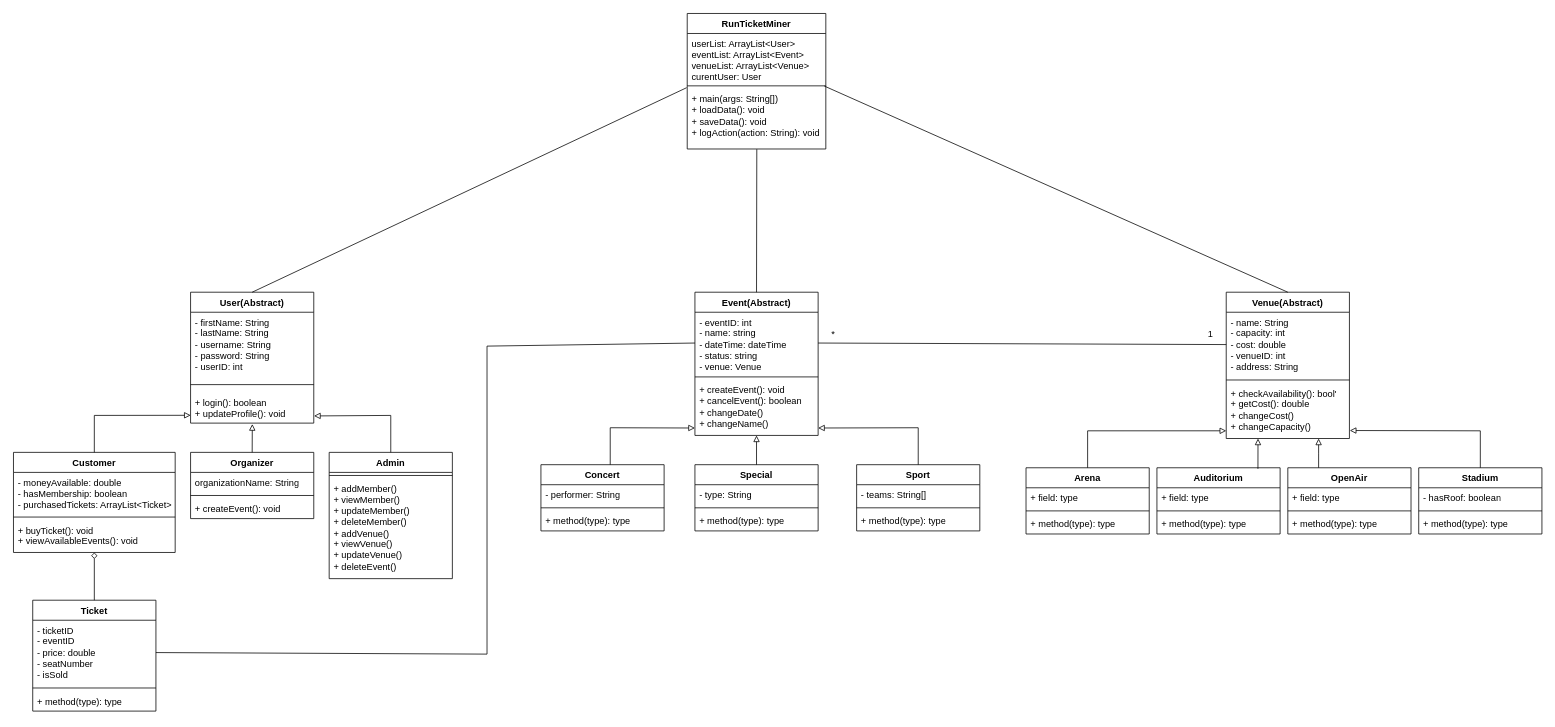
Before: TicketMiner Class Diagram.drawio in LeonardoHernandez-uni/Project1_SP26, a draw.io diagram. Source tidied: cells renumbered, new cells numbered last; positions are measured from the earlier drawing's top-left corner, leaving out a move shared by most shapes. Both pictures are drawn from the tidied source at 77%, with x=0, y=0 at pixel (13, 13).
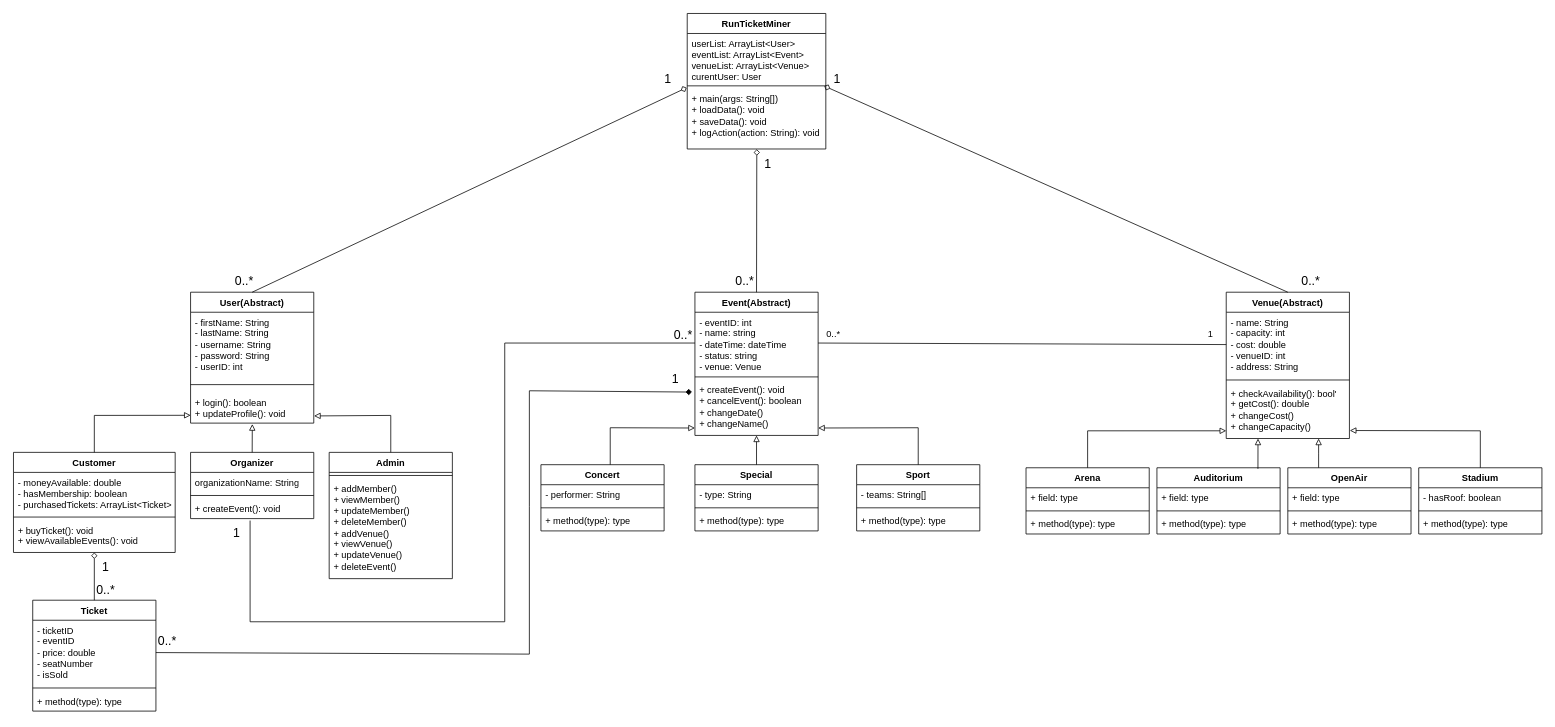
The same page after the edit.

Commit message:
Finished Class Diagram

Unchanged cells that the change refers to:
```xml
<mxCell id="2" value="User(Abstract)" style="swimlane;fontStyle=1;align=center;verticalAlign=top;horizontal=1;startSize=26;whiteSpace=wrap;html=1;" parent="1" vertex="1">
  <mxGeometry x="230" y="362" width="160" height="170" as="geometry" />
</mxCell>
<mxCell id="6" value="Event(Abstract)" style="swimlane;fontStyle=1;align=center;verticalAlign=top;horizontal=1;startSize=26;whiteSpace=wrap;html=1;" parent="1" vertex="1">
  <mxGeometry x="885" y="362" width="160" height="186" as="geometry" />
</mxCell>
<mxCell id="7" value="- eventID: int&lt;div&gt;- name: string&lt;/div&gt;&lt;div&gt;- dateTime: dateTime&lt;/div&gt;&lt;div&gt;- status: string&lt;/div&gt;&lt;div&gt;- venue: Venue&lt;/div&gt;" style="text;strokeColor=none;fillColor=none;align=left;verticalAlign=top;spacingLeft=4;spacingRight=4;overflow=hidden;points=[[0,0.5],[1,0.5]];portConstraint=eastwest;whiteSpace=wrap;html=1;" parent="6" vertex="1">
  <mxGeometry y="26" width="160" height="80" as="geometry" />
</mxCell>
<mxCell id="9" value="+ createEvent(): void&lt;div&gt;+ cancelEvent(): boolean&lt;/div&gt;&lt;div&gt;+ changeDate()&lt;/div&gt;&lt;div&gt;+ changeName()&lt;/div&gt;" style="text;strokeColor=none;fillColor=none;align=left;verticalAlign=top;spacingLeft=4;spacingRight=4;overflow=hidden;points=[[0,0.5],[1,0.5]];portConstraint=eastwest;whiteSpace=wrap;html=1;" parent="6" vertex="1">
  <mxGeometry y="114" width="160" height="72" as="geometry" />
</mxCell>
<mxCell id="10" value="Venue(Abstract)" style="swimlane;fontStyle=1;align=center;verticalAlign=top;horizontal=1;startSize=26;whiteSpace=wrap;html=1;" parent="1" vertex="1">
  <mxGeometry x="1575" y="362" width="160" height="190" as="geometry" />
</mxCell>
<mxCell id="17" value="+ main(args: String[])&lt;div&gt;+ loadData(): void&lt;/div&gt;&lt;div&gt;+ saveData(): void&lt;/div&gt;&lt;div&gt;+ logAction(action: String): void&lt;/div&gt;" style="text;strokeColor=none;fillColor=none;align=left;verticalAlign=top;spacingLeft=4;spacingRight=4;overflow=hidden;points=[[0,0.5],[1,0.5]];portConstraint=eastwest;whiteSpace=wrap;html=1;" parent="14" vertex="1">
  <mxGeometry y="98" width="180" height="78" as="geometry" />
</mxCell>
<mxCell id="24" value="+ createEvent(): void" style="text;strokeColor=none;fillColor=none;align=left;verticalAlign=top;spacingLeft=4;spacingRight=4;overflow=hidden;points=[[0,0.5],[1,0.5]];portConstraint=eastwest;whiteSpace=wrap;html=1;" parent="21" vertex="1">
  <mxGeometry y="60" width="160" height="26" as="geometry" />
</mxCell>
<mxCell id="68" value="- ticketID&lt;div&gt;- eventID&lt;/div&gt;&lt;div&gt;- price: double&lt;/div&gt;&lt;div&gt;- seatNumber&lt;/div&gt;&lt;div&gt;- isSold&lt;/div&gt;" style="text;strokeColor=none;fillColor=none;align=left;verticalAlign=top;spacingLeft=4;spacingRight=4;overflow=hidden;points=[[0,0.5],[1,0.5]];portConstraint=eastwest;whiteSpace=wrap;html=1;" parent="67" vertex="1">
  <mxGeometry y="26" width="160" height="84" as="geometry" />
</mxCell>
```

What changed in the source:
```diff
@@
-    <mxCell id="71" style="endArrow=none;html=1;rounded=0;exitX=0.5;exitY=0;exitDx=0;exitDy=0;entryX=0.502;entryY=1.004;entryDx=0;entryDy=0;entryPerimeter=0;" parent="1" edge="1" source="6" target="17">
+    <mxCell id="71" style="endArrow=diamond;html=1;rounded=0;exitX=0.5;exitY=0;exitDx=0;exitDy=0;entryX=0.502;entryY=1.004;entryDx=0;entryDy=0;entryPerimeter=0;endFill=0;" parent="1" edge="1" source="6" target="17">
       <mxGeometry relative="1" as="geometry" />
     </mxCell>
-    <mxCell id="72" style="endArrow=none;html=1;rounded=0;exitX=0.5;exitY=0;exitDx=0;exitDy=0;entryX=0.989;entryY=-0.048;entryDx=0;entryDy=0;entryPerimeter=0;" parent="1" edge="1" source="10" target="17">
+    <mxCell id="72" style="endArrow=diamond;html=1;rounded=0;exitX=0.5;exitY=0;exitDx=0;exitDy=0;entryX=0.989;entryY=-0.048;entryDx=0;entryDy=0;entryPerimeter=0;endFill=0;" parent="1" edge="1" source="10" target="17">
       <mxGeometry relative="1" as="geometry" />
     </mxCell>
-    <mxCell id="73" style="endArrow=none;html=1;rounded=0;exitX=0.5;exitY=0;exitDx=0;exitDy=0;entryX=-0.004;entryY=-0.021;entryDx=0;entryDy=0;entryPerimeter=0;" parent="1" edge="1" source="2" target="17">
+    <mxCell id="73" style="endArrow=diamond;html=1;rounded=0;exitX=0.5;exitY=0;exitDx=0;exitDy=0;entryX=-0.004;entryY=-0.021;entryDx=0;entryDy=0;entryPerimeter=0;endFill=0;" parent="1" edge="1" source="2" target="17">
       <mxGeometry relative="1" as="geometry" />
     </mxCell>
@@
-    <mxCell id="75" value="*" style="text;html=1;whiteSpace=wrap;strokeColor=none;fillColor=none;align=center;verticalAlign=middle;rounded=0;" parent="1" vertex="1">
+    <mxCell id="75" value="0..*" style="text;html=1;whiteSpace=wrap;strokeColor=none;fillColor=none;align=center;verticalAlign=middle;rounded=0;" parent="1" vertex="1">
       <mxGeometry x="1035" y="402" width="60" height="30" as="geometry" />
     </mxCell>
@@
-    <mxCell id="78" style="endArrow=none;html=1;rounded=0;exitX=1;exitY=0.5;exitDx=0;exitDy=0;entryX=0;entryY=0.5;entryDx=0;entryDy=0;" parent="1" edge="1" source="68" target="7">
+    <mxCell id="78" style="endArrow=diamond;html=1;rounded=0;exitX=1;exitY=0.5;exitDx=0;exitDy=0;entryX=-0.024;entryY=0.218;entryDx=0;entryDy=0;endFill=1;entryPerimeter=0;" parent="1" edge="1" source="68" target="9">
       <mxGeometry relative="1" as="geometry">
         <Array as="points">
-          <mxPoint x="615" y="832" />
-          <mxPoint x="615" y="432" />
+          <mxPoint x="670" y="832" />
+          <mxPoint x="670" y="640" />
+          <mxPoint x="670" y="490" />
         </Array>
       </mxGeometry>
     </mxCell>
+    <mxCell id="79" value="0..*" style="text;html=1;whiteSpace=wrap;strokeColor=none;fillColor=none;align=center;verticalAlign=middle;rounded=0;fontSize=16;" parent="1" vertex="1">
+      <mxGeometry x="90" y="734" width="60" height="30" as="geometry" />
+    </mxCell>
+    <mxCell id="80" value="0..*" style="text;html=1;whiteSpace=wrap;strokeColor=none;fillColor=none;align=center;verticalAlign=middle;rounded=0;fontSize=16;" parent="1" vertex="1">
+      <mxGeometry x="170" y="800" width="60" height="30" as="geometry" />
+    </mxCell>
+    <mxCell id="81" style="endArrow=none;html=1;rounded=0;fontSize=12;startSize=8;endSize=8;exitX=0.483;exitY=1.098;exitDx=0;exitDy=0;exitPerimeter=0;edgeStyle=orthogonalEdgeStyle;entryX=0;entryY=0.5;entryDx=0;entryDy=0;" parent="1" edge="1" source="24" target="7">
+      <mxGeometry relative="1" as="geometry">
+        <Array as="points">
+          <mxPoint x="307" y="790" />
+          <mxPoint x="638" y="790" />
+          <mxPoint x="638" y="428" />
+        </Array>
+      </mxGeometry>
+    </mxCell>
+    <mxCell id="82" value="1" style="text;html=1;whiteSpace=wrap;strokeColor=none;fillColor=none;align=center;verticalAlign=middle;rounded=0;fontSize=16;" parent="1" vertex="1">
+      <mxGeometry x="260" y="660" width="60" height="30" as="geometry" />
+    </mxCell>
+    <mxCell id="83" value="0..*" style="text;html=1;whiteSpace=wrap;strokeColor=none;fillColor=none;align=center;verticalAlign=middle;rounded=0;fontSize=16;" parent="1" vertex="1">
+      <mxGeometry x="840" y="402" width="60" height="30" as="geometry" />
+    </mxCell>
+    <mxCell id="84" value="0..*" style="text;html=1;whiteSpace=wrap;strokeColor=none;fillColor=none;align=center;verticalAlign=middle;rounded=0;fontSize=16;" parent="1" vertex="1">
+      <mxGeometry x="920" y="332" width="60" height="30" as="geometry" />
+    </mxCell>
+    <mxCell id="85" value="0..*" style="text;html=1;whiteSpace=wrap;strokeColor=none;fillColor=none;align=center;verticalAlign=middle;rounded=0;fontSize=16;" parent="1" vertex="1">
+      <mxGeometry x="270" y="332" width="60" height="30" as="geometry" />
+    </mxCell>
+    <mxCell id="86" value="0..*" style="text;html=1;whiteSpace=wrap;strokeColor=none;fillColor=none;align=center;verticalAlign=middle;rounded=0;fontSize=16;" parent="1" vertex="1">
+      <mxGeometry x="1655" y="332" width="60" height="30" as="geometry" />
+    </mxCell>
+    <mxCell id="87" value="1" style="text;html=1;whiteSpace=wrap;strokeColor=none;fillColor=none;align=center;verticalAlign=middle;rounded=0;fontSize=16;" parent="1" vertex="1">
+      <mxGeometry x="90" y="704" width="60" height="30" as="geometry" />
+    </mxCell>
+    <mxCell id="88" value="1" style="text;html=1;whiteSpace=wrap;strokeColor=none;fillColor=none;align=center;verticalAlign=middle;rounded=0;fontSize=16;" parent="1" vertex="1">
+      <mxGeometry x="830" y="460" width="60" height="30" as="geometry" />
+    </mxCell>
+    <mxCell id="89" value="1" style="text;html=1;whiteSpace=wrap;strokeColor=none;fillColor=none;align=center;verticalAlign=middle;rounded=0;fontSize=16;" parent="1" vertex="1">
+      <mxGeometry x="820" y="70" width="60" height="30" as="geometry" />
+    </mxCell>
+    <mxCell id="90" value="1" style="text;html=1;whiteSpace=wrap;strokeColor=none;fillColor=none;align=center;verticalAlign=middle;rounded=0;fontSize=16;" parent="1" vertex="1">
+      <mxGeometry x="950" y="180" width="60" height="30" as="geometry" />
+    </mxCell>
+    <mxCell id="91" value="1" style="text;html=1;whiteSpace=wrap;strokeColor=none;fillColor=none;align=center;verticalAlign=middle;rounded=0;fontSize=16;" parent="1" vertex="1">
+      <mxGeometry x="1040" y="70" width="60" height="30" as="geometry" />
+    </mxCell>
```
